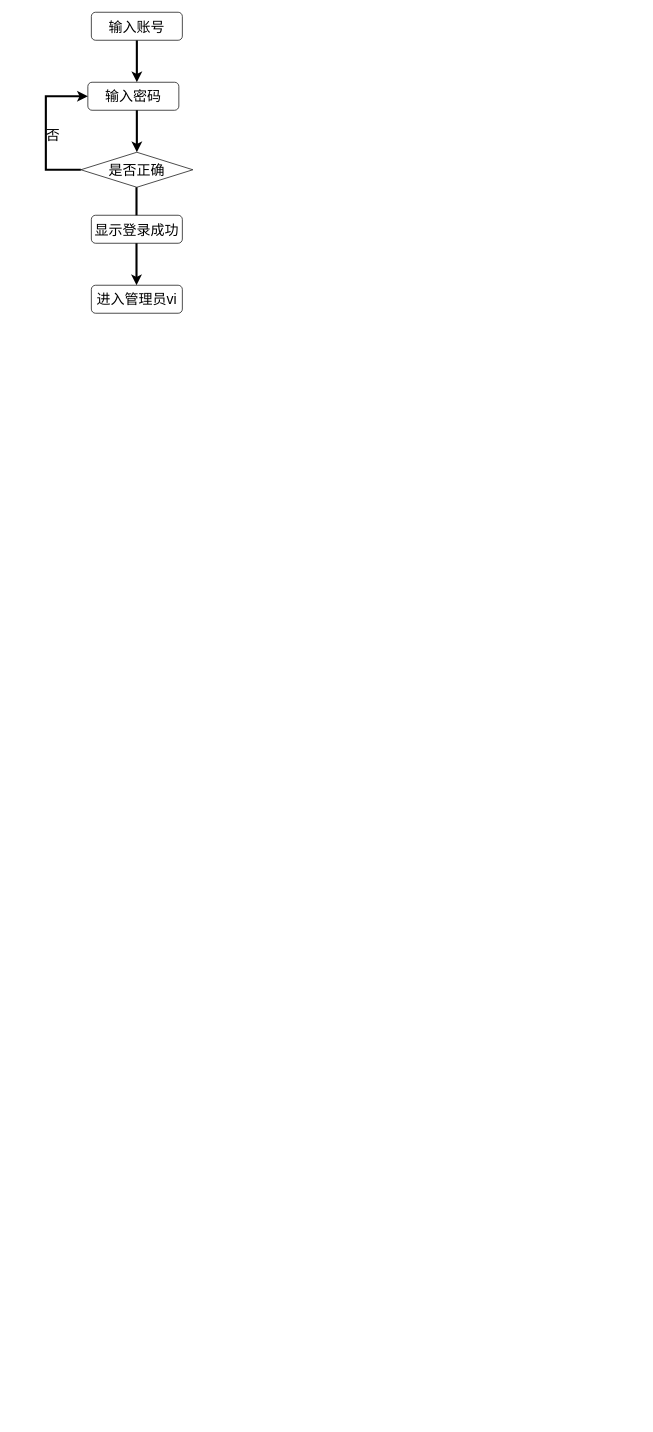
xueyechumeng/draw keeps this draw.io diagram as Untitled Diagram.drawio. Above is the earlier version. Source tidied: cells renumbered, new cells numbered last; positions are measured from the earlier drawing's top-left corner, leaving out a move shared by most shapes. Both pictures are drawn from the tidied source at 70%, with x=0, y=0 at pixel (38, 12).
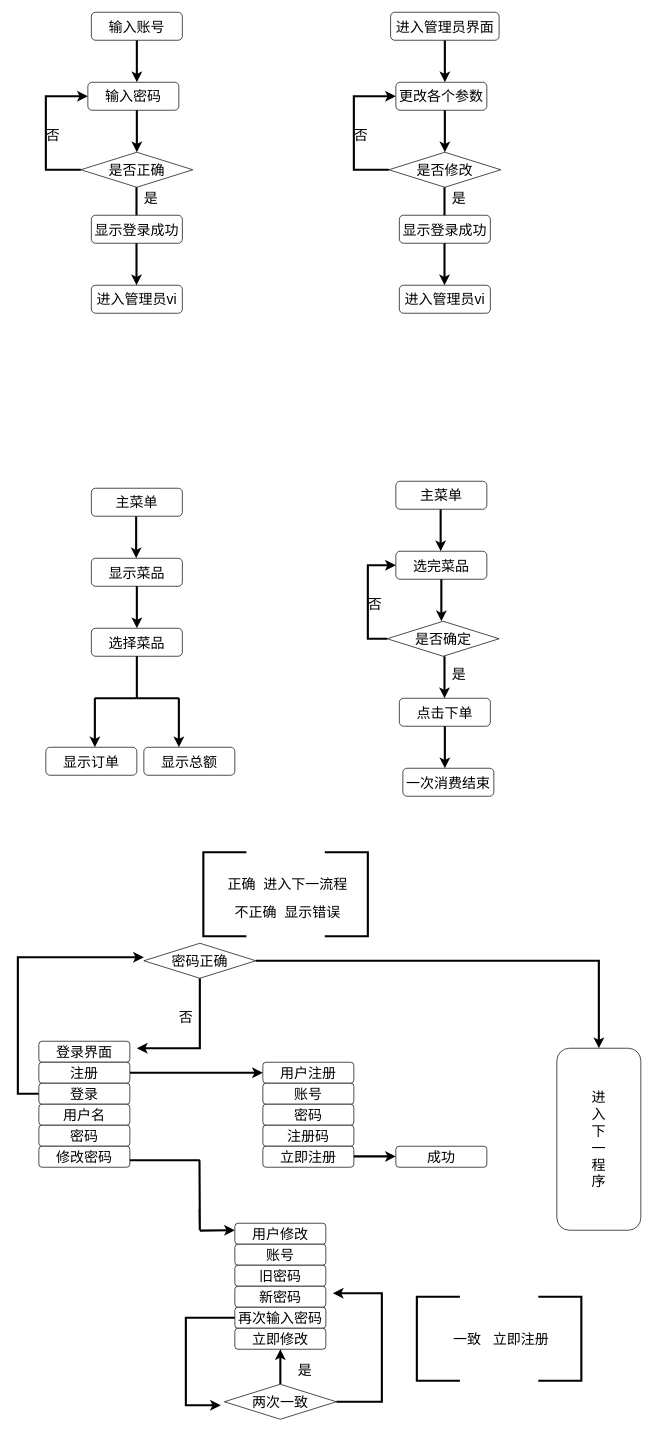
After the change.

What changed in the source:
```diff
@@
+    <mxCell id="13" style="endArrow=classic;html=1;rounded=0;strokeWidth=3;" parent="1" edge="1">
+      <mxGeometry relative="1" as="geometry">
+        <mxPoint x="580" y="40" as="sourcePoint" />
+        <mxPoint x="580" y="100" as="targetPoint" />
+      </mxGeometry>
+    </mxCell>
+    <mxCell id="14" value="&lt;font style=&quot;font-size: 20px&quot;&gt;更改各个参数&lt;/font&gt;" style="rounded=1;whiteSpace=wrap;html=1;" parent="1" vertex="1">
+      <mxGeometry x="510" y="100" width="130" height="40" as="geometry" />
+    </mxCell>
+    <mxCell id="15" style="endArrow=classic;html=1;rounded=0;strokeWidth=3;" parent="1" edge="1">
+      <mxGeometry relative="1" as="geometry">
+        <mxPoint x="580" y="140" as="sourcePoint" />
+        <mxPoint x="580" y="200" as="targetPoint" />
+      </mxGeometry>
+    </mxCell>
+    <mxCell id="16" style="edgeStyle=orthogonalEdgeStyle;rounded=0;jettySize=auto;html=1;fontSize=20;strokeWidth=3;entryX=0;entryY=0.5;entryDx=0;entryDy=0;" parent="1" edge="1" source="17" target="14">
+      <mxGeometry relative="1" as="geometry">
+        <Array as="points">
+          <mxPoint x="450" y="225" />
+          <mxPoint x="450" y="120" />
+        </Array>
+      </mxGeometry>
+    </mxCell>
+    <mxCell id="17" value="是否修改" style="rhombus;whiteSpace=wrap;html=1;fontSize=20;" parent="1" vertex="1">
+      <mxGeometry x="500" y="200" width="160" height="50" as="geometry" />
+    </mxCell>
+    <mxCell id="18" value="否" style="text;html=1;align=center;verticalAlign=middle;strokeColor=none;fillColor=none;fontSize=20;" parent="1" vertex="1">
+      <mxGeometry x="440" y="160" width="40" height="30" as="geometry" />
+    </mxCell>
+    <mxCell id="19" value="&lt;font style=&quot;font-size: 20px&quot;&gt;进入管理员界面&lt;/font&gt;" style="rounded=1;whiteSpace=wrap;html=1;" parent="1" vertex="1">
+      <mxGeometry x="502.5" width="155" height="40" as="geometry" />
+    </mxCell>
+    <mxCell id="20" style="endArrow=classic;html=1;rounded=0;strokeWidth=3;" parent="1" edge="1">
+      <mxGeometry relative="1" as="geometry">
+        <mxPoint x="579.5" y="250" as="sourcePoint" />
+        <mxPoint x="579.5" y="310" as="targetPoint" />
+      </mxGeometry>
+    </mxCell>
+    <mxCell id="21" value="&lt;font style=&quot;font-size: 20px&quot;&gt;显示登录成功&lt;/font&gt;" style="rounded=1;whiteSpace=wrap;html=1;" parent="1" vertex="1">
+      <mxGeometry x="515" y="290" width="130" height="40" as="geometry" />
+    </mxCell>
+    <mxCell id="22" style="endArrow=classic;html=1;rounded=0;strokeWidth=3;" parent="1" edge="1">
+      <mxGeometry relative="1" as="geometry">
+        <mxPoint x="579.5" y="330" as="sourcePoint" />
+        <mxPoint x="579.5" y="390" as="targetPoint" />
+      </mxGeometry>
+    </mxCell>
+    <mxCell id="23" value="&lt;font style=&quot;font-size: 20px&quot;&gt;进入管理员vi&lt;/font&gt;" style="rounded=1;whiteSpace=wrap;html=1;" parent="1" vertex="1">
+      <mxGeometry x="515" y="390" width="130" height="40" as="geometry" />
+    </mxCell>
+    <mxCell id="24" value="是" style="text;html=1;align=center;verticalAlign=middle;strokeColor=none;fillColor=none;fontSize=20;" parent="1" vertex="1">
+      <mxGeometry x="140" y="250" width="40" height="30" as="geometry" />
+    </mxCell>
+    <mxCell id="25" value="是" style="text;html=1;align=center;verticalAlign=middle;strokeColor=none;fillColor=none;fontSize=20;" parent="1" vertex="1">
+      <mxGeometry x="580" y="250" width="40" height="30" as="geometry" />
+    </mxCell>
+    <mxCell id="26" style="endArrow=classic;html=1;rounded=0;strokeWidth=3;" parent="1" edge="1">
+      <mxGeometry relative="1" as="geometry">
+        <mxPoint x="139" y="720" as="sourcePoint" />
+        <mxPoint x="139" y="780" as="targetPoint" />
+      </mxGeometry>
+    </mxCell>
+    <mxCell id="27" value="&lt;font style=&quot;font-size: 20px&quot;&gt;显示菜品&lt;/font&gt;" style="rounded=1;whiteSpace=wrap;html=1;" parent="1" vertex="1">
+      <mxGeometry x="75" y="780" width="130" height="40" as="geometry" />
+    </mxCell>
+    <mxCell id="28" style="endArrow=classic;html=1;rounded=0;strokeWidth=3;" parent="1" edge="1">
+      <mxGeometry relative="1" as="geometry">
+        <mxPoint x="140" y="820" as="sourcePoint" />
+        <mxPoint x="140" y="880" as="targetPoint" />
+      </mxGeometry>
+    </mxCell>
+    <mxCell id="29" value="&lt;span style=&quot;font-size: 20px&quot;&gt;主菜单&lt;/span&gt;" style="rounded=1;whiteSpace=wrap;html=1;" parent="1" vertex="1">
+      <mxGeometry x="75" y="680" width="130" height="40" as="geometry" />
+    </mxCell>
+    <mxCell id="30" value="&lt;font style=&quot;font-size: 20px&quot;&gt;选择菜品&lt;/font&gt;" style="rounded=1;whiteSpace=wrap;html=1;" parent="1" vertex="1">
+      <mxGeometry x="75" y="880" width="130" height="40" as="geometry" />
+    </mxCell>
+    <mxCell id="31" style="endArrow=classic;html=1;rounded=0;fontSize=20;strokeWidth=3;" parent="1" edge="1">
+      <mxGeometry relative="1" as="geometry">
+        <mxPoint x="80" y="980" as="sourcePoint" />
+        <mxPoint x="80" y="1050" as="targetPoint" />
+      </mxGeometry>
+    </mxCell>
+    <mxCell id="32" style="endArrow=none;html=1;rounded=0;fontSize=20;strokeWidth=3;" parent="1" edge="1">
+      <mxGeometry relative="1" as="geometry">
+        <mxPoint x="140" y="980" as="sourcePoint" />
+        <mxPoint x="140" y="920" as="targetPoint" />
+      </mxGeometry>
+    </mxCell>
+    <mxCell id="33" style="endArrow=none;html=1;rounded=0;fontSize=20;strokeWidth=3;" parent="1" edge="1">
+      <mxGeometry relative="1" as="geometry">
+        <mxPoint x="80" y="980" as="sourcePoint" />
+        <mxPoint x="140" y="980" as="targetPoint" />
+      </mxGeometry>
+    </mxCell>
+    <mxCell id="34" style="endArrow=none;html=1;rounded=0;fontSize=20;strokeWidth=3;" parent="1" edge="1">
+      <mxGeometry relative="1" as="geometry">
+        <mxPoint x="140" y="980" as="sourcePoint" />
+        <mxPoint x="200" y="980" as="targetPoint" />
+      </mxGeometry>
+    </mxCell>
+    <mxCell id="35" style="endArrow=classic;html=1;rounded=0;fontSize=20;strokeWidth=3;" parent="1" edge="1">
+      <mxGeometry relative="1" as="geometry">
+        <mxPoint x="200" y="980" as="sourcePoint" />
+        <mxPoint x="200" y="1050" as="targetPoint" />
+      </mxGeometry>
+    </mxCell>
+    <mxCell id="36" value="&lt;font style=&quot;font-size: 20px&quot;&gt;显示订单&lt;/font&gt;" style="rounded=1;whiteSpace=wrap;html=1;" parent="1" vertex="1">
+      <mxGeometry x="10" y="1050" width="130" height="40" as="geometry" />
+    </mxCell>
+    <mxCell id="37" value="&lt;font style=&quot;font-size: 20px&quot;&gt;显示总额&lt;/font&gt;" style="rounded=1;whiteSpace=wrap;html=1;" parent="1" vertex="1">
+      <mxGeometry x="150" y="1050" width="130" height="40" as="geometry" />
+    </mxCell>
+    <mxCell id="38" style="endArrow=classic;html=1;rounded=0;strokeWidth=3;" parent="1" edge="1">
+      <mxGeometry relative="1" as="geometry">
+        <mxPoint x="574" y="710" as="sourcePoint" />
+        <mxPoint x="574" y="770" as="targetPoint" />
+      </mxGeometry>
+    </mxCell>
+    <mxCell id="39" value="&lt;span style=&quot;font-size: 20px&quot;&gt;选完菜品&lt;/span&gt;" style="rounded=1;whiteSpace=wrap;html=1;" parent="1" vertex="1">
+      <mxGeometry x="510" y="770" width="130" height="40" as="geometry" />
+    </mxCell>
+    <mxCell id="40" style="endArrow=classic;html=1;rounded=0;strokeWidth=3;" parent="1" edge="1">
+      <mxGeometry relative="1" as="geometry">
+        <mxPoint x="575" y="810" as="sourcePoint" />
+        <mxPoint x="575" y="870" as="targetPoint" />
+      </mxGeometry>
+    </mxCell>
+    <mxCell id="41" value="&lt;span style=&quot;font-size: 20px&quot;&gt;主菜单&lt;/span&gt;" style="rounded=1;whiteSpace=wrap;html=1;" parent="1" vertex="1">
+      <mxGeometry x="510" y="670" width="130" height="40" as="geometry" />
+    </mxCell>
+    <mxCell id="42" style="edgeStyle=orthogonalEdgeStyle;rounded=0;jettySize=auto;html=1;exitX=0;exitY=0.5;exitDx=0;exitDy=0;fontSize=20;strokeWidth=3;entryX=0;entryY=0.5;entryDx=0;entryDy=0;" parent="1" edge="1" source="43" target="39">
+      <mxGeometry relative="1" as="geometry">
+        <Array as="points">
+          <mxPoint x="470" y="895" />
+          <mxPoint x="470" y="790" />
+        </Array>
+      </mxGeometry>
+    </mxCell>
+    <mxCell id="43" value="是否确定" style="rhombus;whiteSpace=wrap;html=1;fontSize=20;" parent="1" vertex="1">
+      <mxGeometry x="497.5" y="870" width="160" height="50" as="geometry" />
+    </mxCell>
+    <mxCell id="44" value="否" style="text;html=1;align=center;verticalAlign=middle;strokeColor=none;fillColor=none;fontSize=20;" parent="1" vertex="1">
+      <mxGeometry x="460" y="830" width="40" height="30" as="geometry" />
+    </mxCell>
+    <mxCell id="45" value="&lt;font style=&quot;font-size: 20px&quot;&gt;点击下单&lt;/font&gt;" style="rounded=1;whiteSpace=wrap;html=1;" parent="1" vertex="1">
+      <mxGeometry x="515" y="980" width="130" height="40" as="geometry" />
+    </mxCell>
+    <mxCell id="46" style="endArrow=classic;html=1;rounded=0;strokeWidth=3;" parent="1" edge="1">
+      <mxGeometry relative="1" as="geometry">
+        <mxPoint x="580" y="1020" as="sourcePoint" />
+        <mxPoint x="580" y="1080" as="targetPoint" />
+      </mxGeometry>
+    </mxCell>
+    <mxCell id="47" value="&lt;span style=&quot;font-size: 20px&quot;&gt;一次消费结束&lt;/span&gt;" style="rounded=1;whiteSpace=wrap;html=1;" parent="1" vertex="1">
+      <mxGeometry x="520" y="1080" width="130" height="40" as="geometry" />
+    </mxCell>
+    <mxCell id="48" style="endArrow=classic;html=1;rounded=0;strokeWidth=3;" parent="1" edge="1">
+      <mxGeometry relative="1" as="geometry">
+        <mxPoint x="579.5" y="920" as="sourcePoint" />
+        <mxPoint x="579.5" y="980" as="targetPoint" />
+      </mxGeometry>
+    </mxCell>
+    <mxCell id="49" value="是" style="text;html=1;align=center;verticalAlign=middle;strokeColor=none;fillColor=none;fontSize=20;" parent="1" vertex="1">
+      <mxGeometry x="580" y="930" width="40" height="30" as="geometry" />
+    </mxCell>
+    <mxCell id="50" value="登录界面" style="rounded=1;whiteSpace=wrap;html=1;fontSize=20;" parent="1" vertex="1">
+      <mxGeometry y="1470" width="130" height="30" as="geometry" />
+    </mxCell>
+    <mxCell id="51" style="edgeStyle=orthogonalEdgeStyle;rounded=0;jettySize=auto;html=1;exitX=1;exitY=0.5;exitDx=0;exitDy=0;entryX=0;entryY=0.5;entryDx=0;entryDy=0;fontSize=20;strokeWidth=3;" parent="1" edge="1" source="52" target="65">
+      <mxGeometry relative="1" as="geometry" />
+    </mxCell>
+    <mxCell id="52" value="注册" style="rounded=1;whiteSpace=wrap;html=1;fontSize=20;" parent="1" vertex="1">
+      <mxGeometry y="1500" width="130" height="30" as="geometry" />
+    </mxCell>
+    <mxCell id="53" style="edgeStyle=orthogonalEdgeStyle;rounded=0;jettySize=auto;html=1;fontSize=20;strokeWidth=3;" parent="1" edge="1" source="54">
+      <mxGeometry relative="1" as="geometry">
+        <mxPoint x="150" y="1350" as="targetPoint" />
+        <Array as="points">
+          <mxPoint x="-30" y="1545" />
+          <mxPoint x="-30" y="1350" />
+        </Array>
+      </mxGeometry>
+    </mxCell>
+    <mxCell id="54" value="登录" style="rounded=1;whiteSpace=wrap;html=1;fontSize=20;" parent="1" vertex="1">
+      <mxGeometry y="1530" width="130" height="30" as="geometry" />
+    </mxCell>
+    <mxCell id="55" value="用户名" style="rounded=1;whiteSpace=wrap;html=1;fontSize=20;" parent="1" vertex="1">
+      <mxGeometry y="1560" width="130" height="30" as="geometry" />
+    </mxCell>
+    <mxCell id="56" value="密码" style="rounded=1;whiteSpace=wrap;html=1;fontSize=20;" parent="1" vertex="1">
+      <mxGeometry y="1590" width="130" height="30" as="geometry" />
+    </mxCell>
+    <mxCell id="57" value="修改密码" style="rounded=1;whiteSpace=wrap;html=1;fontSize=20;" parent="1" vertex="1">
+      <mxGeometry y="1620" width="130" height="30" as="geometry" />
+    </mxCell>
+    <mxCell id="58" value="用户修改" style="rounded=1;whiteSpace=wrap;html=1;fontSize=20;" parent="1" vertex="1">
+      <mxGeometry x="280" y="1730" width="130" height="30" as="geometry" />
+    </mxCell>
+    <mxCell id="59" value="账号" style="rounded=1;whiteSpace=wrap;html=1;fontSize=20;" parent="1" vertex="1">
+      <mxGeometry x="280" y="1760" width="130" height="30" as="geometry" />
+    </mxCell>
+    <mxCell id="60" value="旧密码" style="rounded=1;whiteSpace=wrap;html=1;fontSize=20;" parent="1" vertex="1">
+      <mxGeometry x="280" y="1790" width="130" height="30" as="geometry" />
+    </mxCell>
+    <mxCell id="61" value="新密码" style="rounded=1;whiteSpace=wrap;html=1;fontSize=20;" parent="1" vertex="1">
+      <mxGeometry x="280" y="1820" width="130" height="30" as="geometry" />
+    </mxCell>
+    <mxCell id="62" style="edgeStyle=orthogonalEdgeStyle;rounded=0;jettySize=auto;html=1;fontSize=20;strokeWidth=3;" parent="1" edge="1" source="63">
+      <mxGeometry relative="1" as="geometry">
+        <mxPoint x="260" y="1990" as="targetPoint" />
+        <Array as="points">
+          <mxPoint x="210" y="1865" />
+          <mxPoint x="210" y="1990" />
+        </Array>
+      </mxGeometry>
+    </mxCell>
+    <mxCell id="63" value="再次输入密码" style="rounded=1;whiteSpace=wrap;html=1;fontSize=20;" parent="1" vertex="1">
+      <mxGeometry x="280" y="1850" width="130" height="30" as="geometry" />
+    </mxCell>
+    <mxCell id="64" value="立即修改" style="rounded=1;whiteSpace=wrap;html=1;fontSize=20;" parent="1" vertex="1">
+      <mxGeometry x="280" y="1880" width="130" height="30" as="geometry" />
+    </mxCell>
+    <mxCell id="65" value="用户注册" style="rounded=1;whiteSpace=wrap;html=1;fontSize=20;" parent="1" vertex="1">
+      <mxGeometry x="320" y="1500" width="130" height="30" as="geometry" />
+    </mxCell>
+    <mxCell id="66" value="账号" style="rounded=1;whiteSpace=wrap;html=1;fontSize=20;" parent="1" vertex="1">
+      <mxGeometry x="320" y="1530" width="130" height="30" as="geometry" />
+    </mxCell>
+    <mxCell id="67" value="密码" style="rounded=1;whiteSpace=wrap;html=1;fontSize=20;" parent="1" vertex="1">
+      <mxGeometry x="320" y="1560" width="130" height="30" as="geometry" />
+    </mxCell>
+    <mxCell id="68" value="注册码" style="rounded=1;whiteSpace=wrap;html=1;fontSize=20;" parent="1" vertex="1">
+      <mxGeometry x="320" y="1590" width="130" height="30" as="geometry" />
+    </mxCell>
+    <mxCell id="69" value="立即注册" style="rounded=1;whiteSpace=wrap;html=1;fontSize=20;" parent="1" vertex="1">
+      <mxGeometry x="320" y="1620" width="130" height="30" as="geometry" />
+    </mxCell>
+    <mxCell id="70" style="edgeStyle=orthogonalEdgeStyle;rounded=0;jettySize=auto;html=1;fontSize=20;strokeWidth=3;entryX=0.5;entryY=0;entryDx=0;entryDy=0;" parent="1" edge="1" source="72" target="73">
+      <mxGeometry relative="1" as="geometry">
+        <Array as="points">
+          <mxPoint x="800" y="1355" />
+        </Array>
+      </mxGeometry>
+    </mxCell>
+    <mxCell id="71" style="edgeStyle=orthogonalEdgeStyle;rounded=0;jettySize=auto;html=1;exitX=0.5;exitY=1;exitDx=0;exitDy=0;fontSize=20;strokeWidth=3;" parent="1" edge="1" source="72">
+      <mxGeometry relative="1" as="geometry">
+        <mxPoint x="140" y="1480" as="targetPoint" />
+        <Array as="points">
+          <mxPoint x="230" y="1480" />
+        </Array>
+      </mxGeometry>
+    </mxCell>
+    <mxCell id="72" value="密码正确" style="rhombus;whiteSpace=wrap;html=1;fontSize=20;" parent="1" vertex="1">
+      <mxGeometry x="150" y="1330" width="160" height="50" as="geometry" />
+    </mxCell>
+    <mxCell id="73" value="进&lt;br&gt;入&lt;br&gt;下&lt;br&gt;一&lt;br&gt;程&lt;br&gt;序" style="rounded=1;whiteSpace=wrap;html=1;fontSize=20;" parent="1" vertex="1">
+      <mxGeometry x="740" y="1480" width="120" height="260" as="geometry" />
+    </mxCell>
+    <mxCell id="74" value="成功" style="rounded=1;whiteSpace=wrap;html=1;fontSize=20;" parent="1" vertex="1">
+      <mxGeometry x="510" y="1620" width="130" height="30" as="geometry" />
+    </mxCell>
+    <mxCell id="75" style="edgeStyle=orthogonalEdgeStyle;rounded=0;orthogonalLoop=1;jettySize=auto;html=1;entryX=0;entryY=0.5;entryDx=0;entryDy=0;fontSize=20;strokeWidth=3;" parent="1" edge="1">
+      <mxGeometry relative="1" as="geometry">
+        <mxPoint x="450" y="1634.5" as="sourcePoint" />
+        <mxPoint x="510" y="1634.5" as="targetPoint" />
+      </mxGeometry>
+    </mxCell>
+    <mxCell id="76" style="endArrow=classic;html=1;rounded=0;fontSize=20;strokeWidth=3;" parent="1" edge="1">
+      <mxGeometry relative="1" as="geometry">
+        <mxPoint x="230" y="1740.5" as="sourcePoint" />
+        <mxPoint x="280" y="1740" as="targetPoint" />
+      </mxGeometry>
+    </mxCell>
+    <mxCell id="77" style="endArrow=none;html=1;rounded=0;fontSize=20;strokeWidth=3;" parent="1" edge="1">
+      <mxGeometry relative="1" as="geometry">
+        <mxPoint x="130" y="1640" as="sourcePoint" />
+        <mxPoint x="230" y="1640" as="targetPoint" />
+      </mxGeometry>
+    </mxCell>
+    <mxCell id="78" style="endArrow=none;html=1;rounded=0;fontSize=20;strokeWidth=3;" parent="1" edge="1">
+      <mxGeometry relative="1" as="geometry">
+        <mxPoint x="229.5" y="1710" as="sourcePoint" />
+        <mxPoint x="229.5" y="1640" as="targetPoint" />
+        <Array as="points">
+          <mxPoint x="230" y="1740" />
+        </Array>
+      </mxGeometry>
+    </mxCell>
+    <mxCell id="79" style="edgeStyle=orthogonalEdgeStyle;rounded=0;jettySize=auto;html=1;entryX=0.5;entryY=1;entryDx=0;entryDy=0;fontSize=20;strokeWidth=3;" parent="1" edge="1" source="81" target="64">
+      <mxGeometry relative="1" as="geometry" />
+    </mxCell>
+    <mxCell id="80" style="edgeStyle=orthogonalEdgeStyle;rounded=0;jettySize=auto;html=1;fontSize=20;strokeWidth=3;" parent="1" edge="1" source="81">
+      <mxGeometry relative="1" as="geometry">
+        <mxPoint x="420" y="1830" as="targetPoint" />
+        <Array as="points">
+          <mxPoint x="490" y="1985" />
+          <mxPoint x="490" y="1830" />
+        </Array>
+      </mxGeometry>
+    </mxCell>
+    <mxCell id="81" value="两次一致" style="rhombus;whiteSpace=wrap;html=1;fontSize=20;" parent="1" vertex="1">
+      <mxGeometry x="265" y="1960" width="160" height="50" as="geometry" />
+    </mxCell>
+    <mxCell id="82" value="是" style="text;html=1;align=center;verticalAlign=middle;strokeColor=none;fillColor=none;fontSize=20;" parent="1" vertex="1">
+      <mxGeometry x="360" y="1925" width="40" height="30" as="geometry" />
+    </mxCell>
+    <mxCell id="83" value="否" style="text;html=1;align=center;verticalAlign=middle;strokeColor=none;fillColor=none;fontSize=20;" parent="1" vertex="1">
+      <mxGeometry x="190" y="1420" width="40" height="30" as="geometry" />
+    </mxCell>
+    <mxCell id="84" style="shape=partialRectangle;whiteSpace=wrap;html=1;bottom=1;right=1;left=1;top=0;fillColor=none;routingCenterX=-0.5;fontSize=20;rotation=90;strokeWidth=3;" parent="1" vertex="1">
+      <mxGeometry x="205" y="1230" width="120" height="60" as="geometry" />
+    </mxCell>
+    <mxCell id="85" style="shape=partialRectangle;whiteSpace=wrap;html=1;bottom=1;right=1;left=1;top=0;fillColor=none;routingCenterX=-0.5;fontSize=20;rotation=-90;strokeWidth=3;" parent="1" vertex="1">
+      <mxGeometry x="380" y="1230" width="120" height="60" as="geometry" />
+    </mxCell>
+    <mxCell id="86" value="正确&amp;nbsp; 进入下一流程" style="text;html=1;align=center;verticalAlign=middle;strokeColor=none;fillColor=none;fontSize=20;" parent="1" vertex="1">
+      <mxGeometry x="260" y="1230" width="190" height="30" as="geometry" />
+    </mxCell>
+    <mxCell id="87" value="不正确&amp;nbsp; 显示错误" style="text;html=1;align=center;verticalAlign=middle;strokeColor=none;fillColor=none;fontSize=20;" parent="1" vertex="1">
+      <mxGeometry x="270" y="1270" width="170" height="30" as="geometry" />
+    </mxCell>
+    <mxCell id="88" style="shape=partialRectangle;whiteSpace=wrap;html=1;bottom=1;right=1;left=1;top=0;fillColor=none;routingCenterX=-0.5;fontSize=20;rotation=90;strokeWidth=3;" parent="1" vertex="1">
+      <mxGeometry x="510" y="1865" width="120" height="60" as="geometry" />
+    </mxCell>
+    <mxCell id="89" style="shape=partialRectangle;whiteSpace=wrap;html=1;bottom=1;right=1;left=1;top=0;fillColor=none;routingCenterX=-0.5;fontSize=20;rotation=-90;strokeWidth=3;" parent="1" vertex="1">
+      <mxGeometry x="685" y="1865" width="120" height="60" as="geometry" />
+    </mxCell>
+    <mxCell id="90" value="一致&amp;nbsp; &amp;nbsp;立即注册" style="text;html=1;align=center;verticalAlign=middle;strokeColor=none;fillColor=none;fontSize=20;" parent="1" vertex="1">
+      <mxGeometry x="585" y="1880" width="150" height="30" as="geometry" />
+    </mxCell>
```
